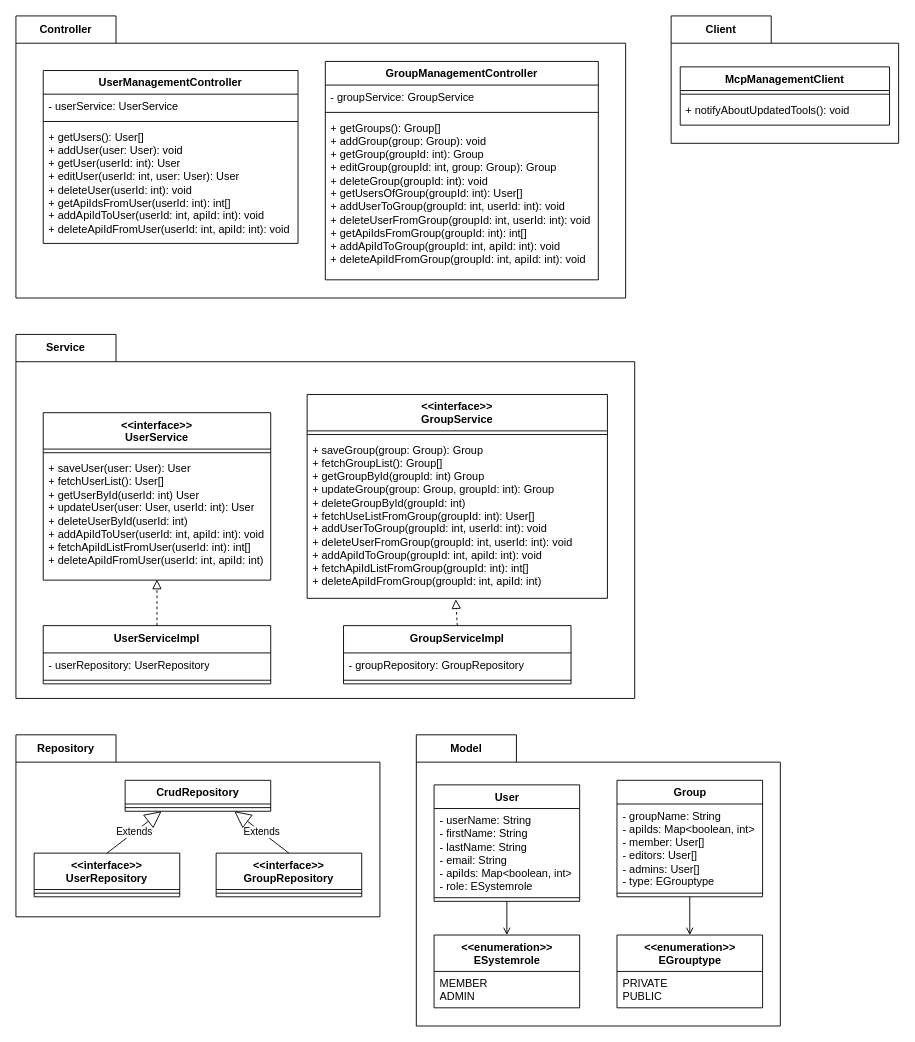
Earlier version of the draw.io diagram docs/diagrams/level_4_class/user_management_class_diagram.drawio (GroMoKoSo/GroMoKoSo-Meta). Source tidied: cells renumbered, new cells numbered last; positions are measured from the earlier drawing's top-left corner, leaving out a move shared by most shapes. Both pictures are drawn from the tidied source at 91%, with x=0, y=0 at pixel (15, 15).
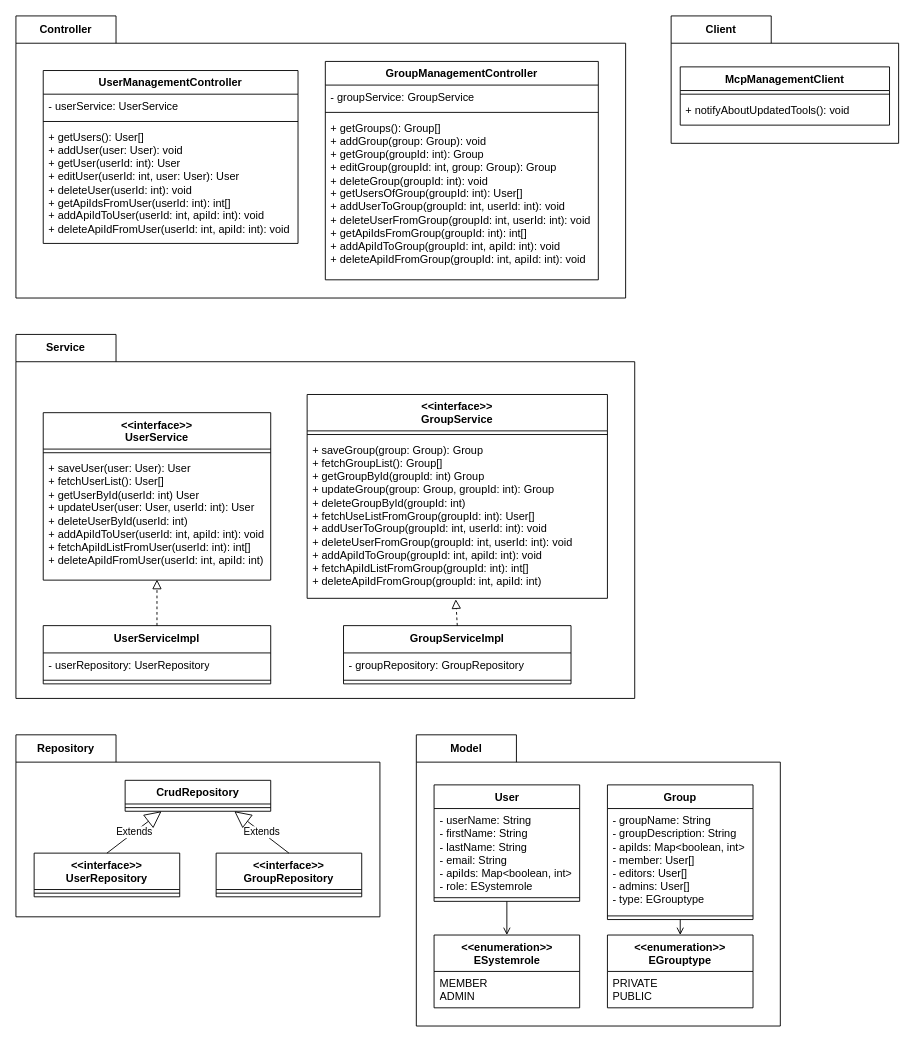
The same page after the edit.

Commit message (it also covers changes not shown here):
docs: add description to group

The change refers to these unchanged cells:
```xml
<mxCell id="12" value="Model" style="shape=folder;fontStyle=1;tabWidth=110;tabHeight=30;tabPosition=left;html=1;boundedLbl=1;labelInHeader=1;whiteSpace=wrap;" parent="1" vertex="1">
  <mxGeometry x="440" y="790" width="400" height="320" as="geometry" />
</mxCell>
```

Diff of the diagram source:
```diff
@@
     <mxCell id="20" value="Group" style="swimlane;fontStyle=1;align=center;verticalAlign=top;horizontal=1;startSize=26;whiteSpace=wrap;html=1;" parent="12" vertex="1">
-      <mxGeometry x="220.5" y="50" width="160" height="128" as="geometry" />
+      <mxGeometry x="210" y="55" width="160" height="148" as="geometry" />
     </mxCell>
-    <mxCell id="21" value="- groupName: String&lt;div&gt;&lt;div&gt;- apiIds: Map&amp;lt;boolean, int&amp;gt;&lt;/div&gt;&lt;/div&gt;&lt;div&gt;- member: User[]&lt;br&gt;- editors: User[]&lt;/div&gt;&lt;div&gt;- admins: User[]&lt;/div&gt;&lt;div&gt;- type: EGrouptype&lt;/div&gt;" style="text;strokeColor=none;fillColor=none;align=left;verticalAlign=top;spacingLeft=4;spacingRight=4;overflow=hidden;whiteSpace=wrap;html=1;" parent="20" vertex="1">
-      <mxGeometry y="26" width="160" height="94" as="geometry" />
+    <mxCell id="21" value="- groupName: String&lt;div&gt;- groupDescription: String&lt;br&gt;&lt;div&gt;&lt;div&gt;- apiIds: Map&amp;lt;boolean, int&amp;gt;&lt;/div&gt;&lt;/div&gt;&lt;div&gt;- member: User[]&lt;br&gt;- editors: User[]&lt;/div&gt;&lt;div&gt;- admins: User[]&lt;/div&gt;&lt;div&gt;- type: EGrouptype&lt;/div&gt;&lt;/div&gt;" style="text;strokeColor=none;fillColor=none;align=left;verticalAlign=top;spacingLeft=4;spacingRight=4;overflow=hidden;whiteSpace=wrap;html=1;" parent="20" vertex="1">
+      <mxGeometry y="26" width="160" height="114" as="geometry" />
     </mxCell>
     <mxCell id="22" style="line;strokeWidth=1;fillColor=none;align=left;verticalAlign=middle;spacingTop=-1;spacingLeft=3;spacingRight=3;labelPosition=right;strokeColor=inherit;" parent="20" vertex="1">
-      <mxGeometry y="120" width="160" height="8" as="geometry" />
+      <mxGeometry y="140" width="160" height="8" as="geometry" />
     </mxCell>
     <mxCell id="23" value="&amp;lt;&amp;lt;enumeration&amp;gt;&amp;gt;&lt;div&gt;EGrouptype&lt;/div&gt;" style="swimlane;fontStyle=1;align=center;verticalAlign=top;horizontal=1;startSize=40;whiteSpace=wrap;html=1;" parent="12" vertex="1">
-      <mxGeometry x="220.5" y="220" width="160" height="80" as="geometry" />
+      <mxGeometry x="210" y="220" width="160" height="80" as="geometry" />
     </mxCell>
```
